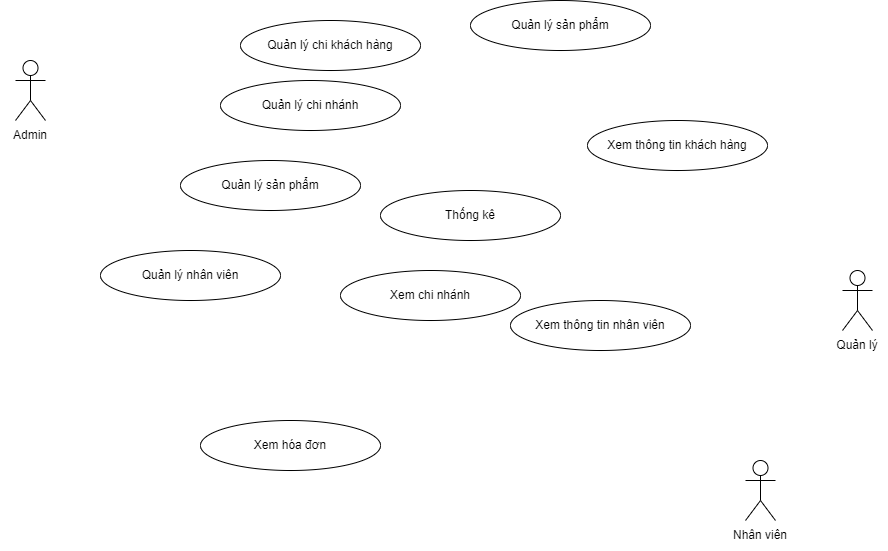
Earlier version of the draw.io export Sơ Đồ UseCase.png (ChauCongTu/thiet-ke-linh-tinh). Source tidied: cells renumbered, new cells last; positions are measured from the earlier drawing's top-left corner, leaving out a move shared by most shapes.
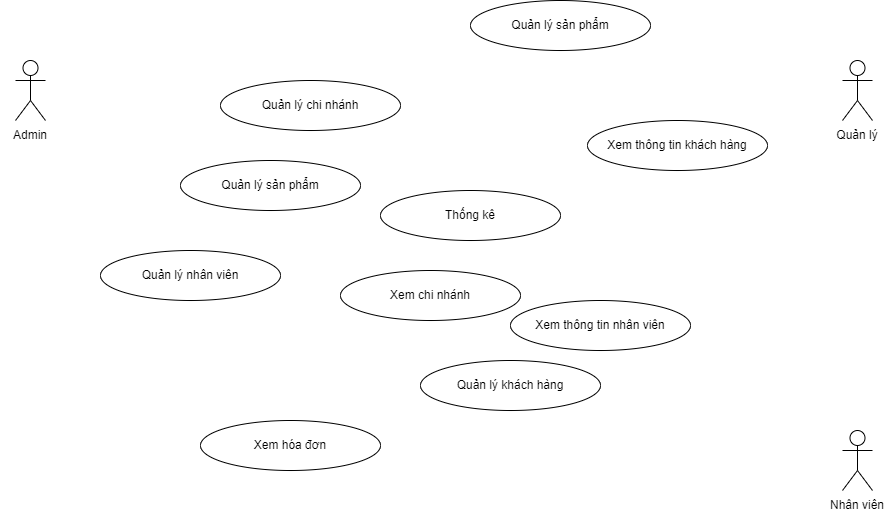
After the change.

Commit message:
Cập nhật Sơ Đồ UseCase.png

The edit, as a diff of the source:
```diff
@@ -9,16 +9,16 @@
       <mxGeometry y="120" width="60" height="30" as="geometry" />
     </mxCell>
     <mxCell id="4" value="Actor" style="shape=umlActor;verticalLabelPosition=bottom;verticalAlign=top;html=1;labelPadding=0;noLabel=1;" parent="1" vertex="1">
-      <mxGeometry x="745" y="460" width="30" height="60" as="geometry" />
+      <mxGeometry x="842" y="430" width="30" height="60" as="geometry" />
     </mxCell>
     <mxCell id="5" value="Nhân viên" style="text;html=1;strokeColor=none;fillColor=none;align=center;verticalAlign=middle;whiteSpace=wrap;rounded=0;" parent="1" vertex="1">
-      <mxGeometry x="730" y="520" width="60" height="30" as="geometry" />
+      <mxGeometry x="827" y="490" width="60" height="30" as="geometry" />
     </mxCell>
     <mxCell id="6" value="Actor" style="shape=umlActor;verticalLabelPosition=bottom;verticalAlign=top;html=1;labelPadding=0;noLabel=1;" parent="1" vertex="1">
-      <mxGeometry x="842" y="270" width="30" height="60" as="geometry" />
+      <mxGeometry x="842" y="60" width="30" height="60" as="geometry" />
     </mxCell>
     <mxCell id="7" value="Quản lý" style="text;html=1;strokeColor=none;fillColor=none;align=center;verticalAlign=middle;whiteSpace=wrap;rounded=0;" parent="1" vertex="1">
-      <mxGeometry x="827" y="330" width="60" height="30" as="geometry" />
+      <mxGeometry x="827" y="120" width="60" height="30" as="geometry" />
     </mxCell>
     <mxCell id="8" value="Quản lý chi nhánh" style="ellipse;whiteSpace=wrap;html=1;" parent="1" vertex="1">
       <mxGeometry x="220" y="80" width="180" height="50" as="geometry" />
@@ -26,8 +26,8 @@
     <mxCell id="9" value="Quản lý sản phẩm" style="ellipse;whiteSpace=wrap;html=1;" parent="1" vertex="1">
       <mxGeometry x="180" y="160" width="180" height="50" as="geometry" />
     </mxCell>
-    <mxCell id="10" value="Quản lý chi khách hàng" style="ellipse;whiteSpace=wrap;html=1;" parent="1" vertex="1">
-      <mxGeometry x="240" y="20" width="180" height="50" as="geometry" />
+    <mxCell id="10" value="Quản lý&amp;nbsp;khách hàng" style="ellipse;whiteSpace=wrap;html=1;" parent="1" vertex="1">
+      <mxGeometry x="420" y="360" width="180" height="50" as="geometry" />
     </mxCell>
     <mxCell id="11" value="Quản lý sản phẩm" style="ellipse;whiteSpace=wrap;html=1;" parent="1" vertex="1">
       <mxGeometry x="470" width="180" height="50" as="geometry" />
```
